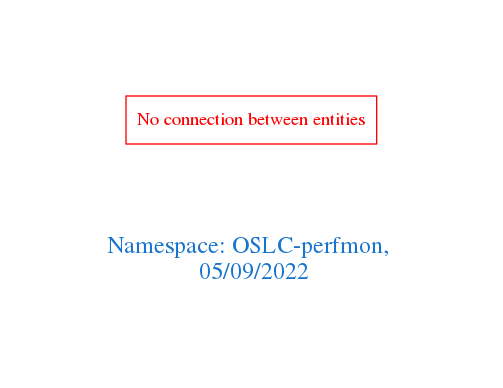
This is downloads/OSLC-perfmon.png from arago/OGIT, a Graphviz export, as it was before one commit. Its source is kept beside it as downloads/OSLC-perfmon.dot.
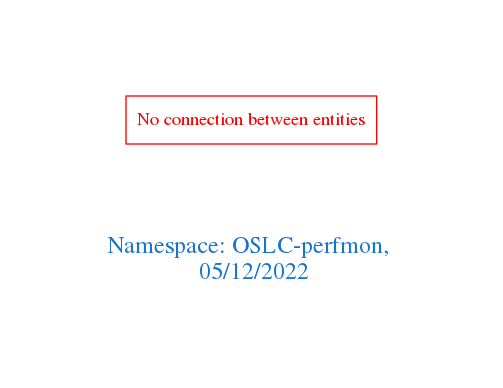
After the change.

Diff of the diagram source:
```diff
@@ -1,7 +1,7 @@
 digraph OGIT_ontology {
  graph [ rankdir= LR,pad=1
 fontsize = 18,
-fontcolor= dodgerblue3,label = "\n\n\nNamespace: OSLC-perfmon, \n 05/09/2022"];
+fontcolor= dodgerblue3,label = "\n\n\nNamespace: OSLC-perfmon, \n 05/12/2022"];
 node[shape=polygon];
 edge [  color="gray81"];
 
```
